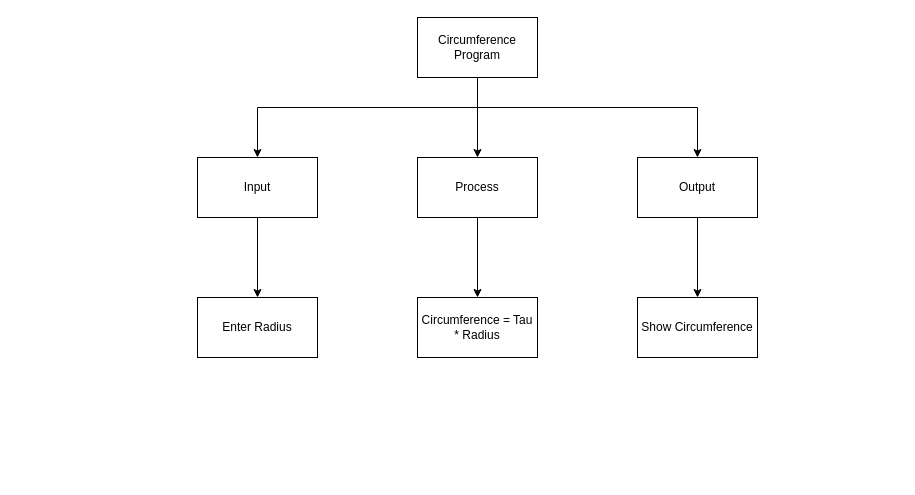
The draw.io diagram design.drawio in Ethan-Prieur1/ICS3U-Unit2-02-Python, before the edit. Source tidied: cells renumbered, new cells numbered last; positions are measured from the earlier drawing's top-left corner, leaving out a move shared by most shapes. Both pictures are drawn from the tidied source at 100%, with x=0, y=0 at pixel (197, 17).
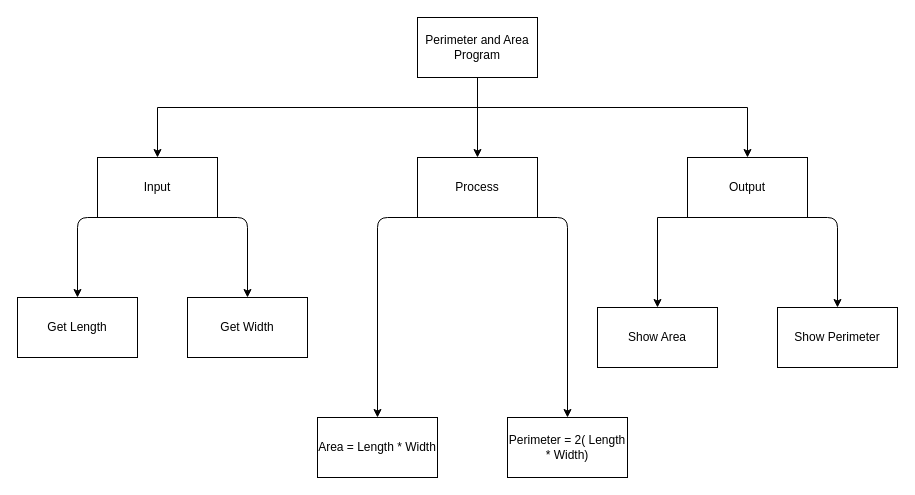
The same diagram, later.

The change refers to these unchanged cells:
```xml
<mxCell id="9" value="Process" style="rounded=0;whiteSpace=wrap;html=1;" parent="1" vertex="1">
  <mxGeometry x="220" y="140" width="120" height="60" as="geometry" />
</mxCell>
```

The edit, as a diff of the source:
```diff
@@
-    <mxCell id="2" style="edgeStyle=none;html=1;entryX=0.5;entryY=0;entryDx=0;entryDy=0;jumpStyle=line;" parent="1" edge="1" target="9">
-      <mxGeometry relative="1" as="geometry">
-        <mxPoint x="280" y="60" as="sourcePoint" />
-      </mxGeometry>
-    </mxCell>
-    <mxCell id="3" style="edgeStyle=orthogonalEdgeStyle;rounded=0;jumpStyle=line;html=1;" parent="1" edge="1" source="5" target="7">
-      <mxGeometry relative="1" as="geometry">
-        <Array as="points">
-          <mxPoint x="280" y="90" />
-          <mxPoint x="60" y="90" />
-        </Array>
-      </mxGeometry>
-    </mxCell>
-    <mxCell id="4" style="edgeStyle=orthogonalEdgeStyle;shape=connector;rounded=0;jumpStyle=line;html=1;labelBackgroundColor=default;fontFamily=Helvetica;fontSize=11;fontColor=default;endArrow=classic;strokeColor=default;" parent="1" edge="1" source="5" target="11">
-      <mxGeometry relative="1" as="geometry">
-        <Array as="points">
-          <mxPoint x="280" y="90" />
-          <mxPoint x="500" y="90" />
-        </Array>
-      </mxGeometry>
-    </mxCell>
-    <mxCell id="5" value="Circumference Program" style="rounded=0;whiteSpace=wrap;html=1;" parent="1" vertex="1">
-      <mxGeometry x="220" width="120" height="60" as="geometry" />
-    </mxCell>
-    <mxCell id="6" style="edgeStyle=none;html=1;exitX=0.5;exitY=1;exitDx=0;exitDy=0;entryX=0.5;entryY=0;entryDx=0;entryDy=0;" parent="1" edge="1" source="7" target="12">
-      <mxGeometry relative="1" as="geometry" />
-    </mxCell>
+    <mxCell id="15" style="edgeStyle=none;html=1;entryX=0.5;entryY=0;entryDx=0;entryDy=0;jumpStyle=line;" parent="1" edge="1" target="9">
+      <mxGeometry relative="1" as="geometry">
+        <mxPoint x="280" y="60" as="sourcePoint" />
+      </mxGeometry>
+    </mxCell>
+    <mxCell id="16" style="edgeStyle=orthogonalEdgeStyle;rounded=0;jumpStyle=line;html=1;entryX=0.5;entryY=0;entryDx=0;entryDy=0;" parent="1" edge="1" source="18" target="7">
+      <mxGeometry relative="1" as="geometry">
+        <Array as="points">
+          <mxPoint x="280" y="90" />
+          <mxPoint x="-40" y="90" />
+        </Array>
+      </mxGeometry>
+    </mxCell>
+    <mxCell id="17" style="edgeStyle=orthogonalEdgeStyle;shape=connector;rounded=0;jumpStyle=line;html=1;labelBackgroundColor=default;fontFamily=Helvetica;fontSize=11;fontColor=default;endArrow=classic;strokeColor=default;" parent="1" edge="1" source="18" target="11">
+      <mxGeometry relative="1" as="geometry">
+        <Array as="points">
+          <mxPoint x="280" y="90" />
+          <mxPoint x="550" y="90" />
+        </Array>
+      </mxGeometry>
+    </mxCell>
+    <mxCell id="18" value="Perimeter and Area Program" style="rounded=0;whiteSpace=wrap;html=1;" parent="1" vertex="1">
+      <mxGeometry x="220" width="120" height="60" as="geometry" />
+    </mxCell>
+    <mxCell id="19" style="edgeStyle=none;html=1;exitX=0.5;exitY=1;exitDx=0;exitDy=0;entryX=0.5;entryY=0;entryDx=0;entryDy=0;" parent="1" edge="1" source="7" target="25">
+      <mxGeometry relative="1" as="geometry">
+        <Array as="points">
+          <mxPoint x="-120" y="200" />
+        </Array>
+      </mxGeometry>
+    </mxCell>
+    <mxCell id="20" style="edgeStyle=none;html=1;exitX=1;exitY=1;exitDx=0;exitDy=0;entryX=0.5;entryY=0;entryDx=0;entryDy=0;" parent="1" edge="1" source="7" target="28">
+      <mxGeometry relative="1" as="geometry">
+        <Array as="points">
+          <mxPoint x="50" y="200" />
+        </Array>
+      </mxGeometry>
+    </mxCell>
     <mxCell id="7" value="Input" style="rounded=0;whiteSpace=wrap;html=1;" parent="1" vertex="1">
-      <mxGeometry y="140" width="120" height="60" as="geometry" />
+      <mxGeometry x="-100" y="140" width="120" height="60" as="geometry" />
     </mxCell>
-    <mxCell id="8" style="edgeStyle=none;html=1;exitX=0.5;exitY=1;exitDx=0;exitDy=0;entryX=0.5;entryY=0;entryDx=0;entryDy=0;" parent="1" edge="1" source="9" target="14">
-      <mxGeometry relative="1" as="geometry" />
-    </mxCell>
+    <mxCell id="21" style="edgeStyle=none;html=1;exitX=0.5;exitY=1;exitDx=0;exitDy=0;entryX=0.5;entryY=0;entryDx=0;entryDy=0;" parent="1" edge="1" source="9" target="27">
+      <mxGeometry relative="1" as="geometry">
+        <Array as="points">
+          <mxPoint x="180" y="200" />
+        </Array>
+      </mxGeometry>
+    </mxCell>
+    <mxCell id="22" style="edgeStyle=none;html=1;exitX=1;exitY=1;exitDx=0;exitDy=0;entryX=0.5;entryY=0;entryDx=0;entryDy=0;" parent="1" edge="1" source="9" target="29">
+      <mxGeometry relative="1" as="geometry">
+        <Array as="points">
+          <mxPoint x="370" y="200" />
+        </Array>
+      </mxGeometry>
+    </mxCell>
@@
-    <mxCell id="10" style="edgeStyle=none;html=1;exitX=0.5;exitY=1;exitDx=0;exitDy=0;entryX=0.5;entryY=0;entryDx=0;entryDy=0;rounded=0;" parent="1" edge="1" source="11" target="13">
-      <mxGeometry relative="1" as="geometry" />
-    </mxCell>
+    <mxCell id="23" style="edgeStyle=none;html=1;exitX=0.5;exitY=1;exitDx=0;exitDy=0;entryX=0.5;entryY=0;entryDx=0;entryDy=0;rounded=0;" parent="1" edge="1" source="11" target="26">
+      <mxGeometry relative="1" as="geometry">
+        <Array as="points">
+          <mxPoint x="460" y="200" />
+        </Array>
+      </mxGeometry>
+    </mxCell>
+    <mxCell id="24" style="edgeStyle=none;html=1;exitX=1;exitY=1;exitDx=0;exitDy=0;entryX=0.5;entryY=0;entryDx=0;entryDy=0;" parent="1" edge="1" source="11" target="30">
+      <mxGeometry relative="1" as="geometry">
+        <Array as="points">
+          <mxPoint x="640" y="200" />
+        </Array>
+      </mxGeometry>
+    </mxCell>
     <mxCell id="11" value="Output" style="rounded=0;whiteSpace=wrap;html=1;" parent="1" vertex="1">
-      <mxGeometry x="440" y="140" width="120" height="60" as="geometry" />
+      <mxGeometry x="490" y="140" width="120" height="60" as="geometry" />
     </mxCell>
-    <mxCell id="12" value="Enter Radius" style="rounded=0;whiteSpace=wrap;html=1;" parent="1" vertex="1">
-      <mxGeometry y="280" width="120" height="60" as="geometry" />
-    </mxCell>
-    <mxCell id="13" value="Show Circumference" style="rounded=0;whiteSpace=wrap;html=1;" parent="1" vertex="1">
-      <mxGeometry x="440" y="280" width="120" height="60" as="geometry" />
-    </mxCell>
-    <mxCell id="14" value="Circumference = Tau * Radius" style="rounded=0;whiteSpace=wrap;html=1;" parent="1" vertex="1">
-      <mxGeometry x="220" y="280" width="120" height="60" as="geometry" />
-    </mxCell>
+    <mxCell id="25" value="Get Length" style="rounded=0;whiteSpace=wrap;html=1;" parent="1" vertex="1">
+      <mxGeometry x="-180" y="280" width="120" height="60" as="geometry" />
+    </mxCell>
+    <mxCell id="26" value="Show Area" style="rounded=0;whiteSpace=wrap;html=1;" parent="1" vertex="1">
+      <mxGeometry x="400" y="290" width="120" height="60" as="geometry" />
+    </mxCell>
+    <mxCell id="27" value="Area = Length * Width" style="rounded=0;whiteSpace=wrap;html=1;" parent="1" vertex="1">
+      <mxGeometry x="120" y="400" width="120" height="60" as="geometry" />
+    </mxCell>
+    <mxCell id="28" value="Get Width" style="rounded=0;whiteSpace=wrap;html=1;" parent="1" vertex="1">
+      <mxGeometry x="-10" y="280" width="120" height="60" as="geometry" />
+    </mxCell>
+    <mxCell id="29" value="Perimeter = 2( Length * Width)" style="rounded=0;whiteSpace=wrap;html=1;" parent="1" vertex="1">
+      <mxGeometry x="310" y="400" width="120" height="60" as="geometry" />
+    </mxCell>
+    <mxCell id="30" value="Show Perimeter" style="rounded=0;whiteSpace=wrap;html=1;" parent="1" vertex="1">
+      <mxGeometry x="580" y="290" width="120" height="60" as="geometry" />
+    </mxCell>
```
